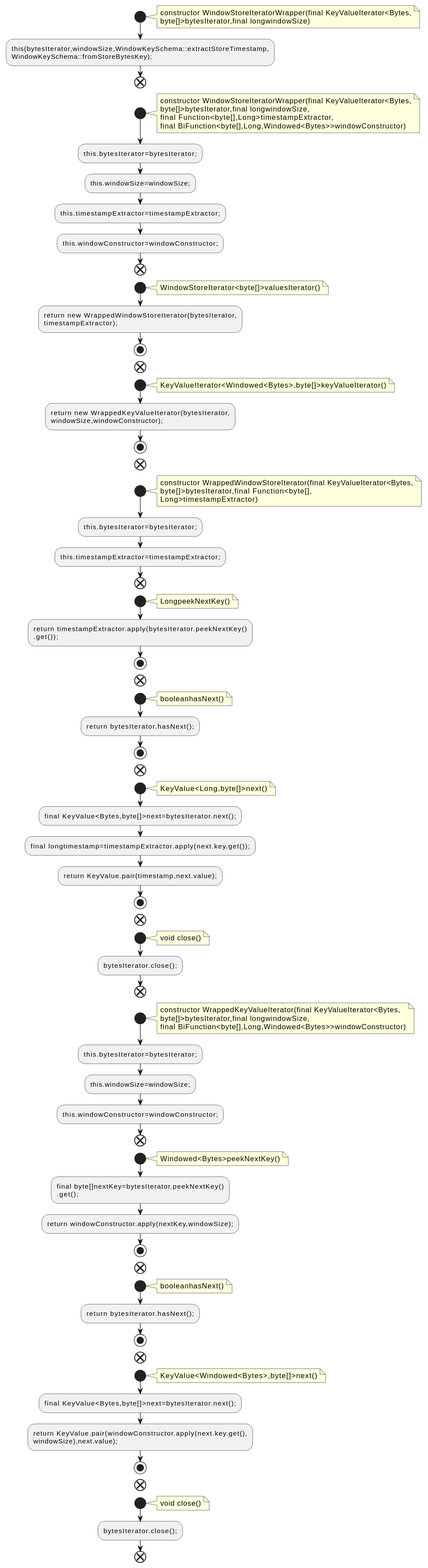
Earlier version of the PlantUML export docs/qc/streams/src/main/java/org/apache/kafka/streams/state/internals/WindowStoreIteratorWrapper.java.fct.svg (qualitesys/kafka).
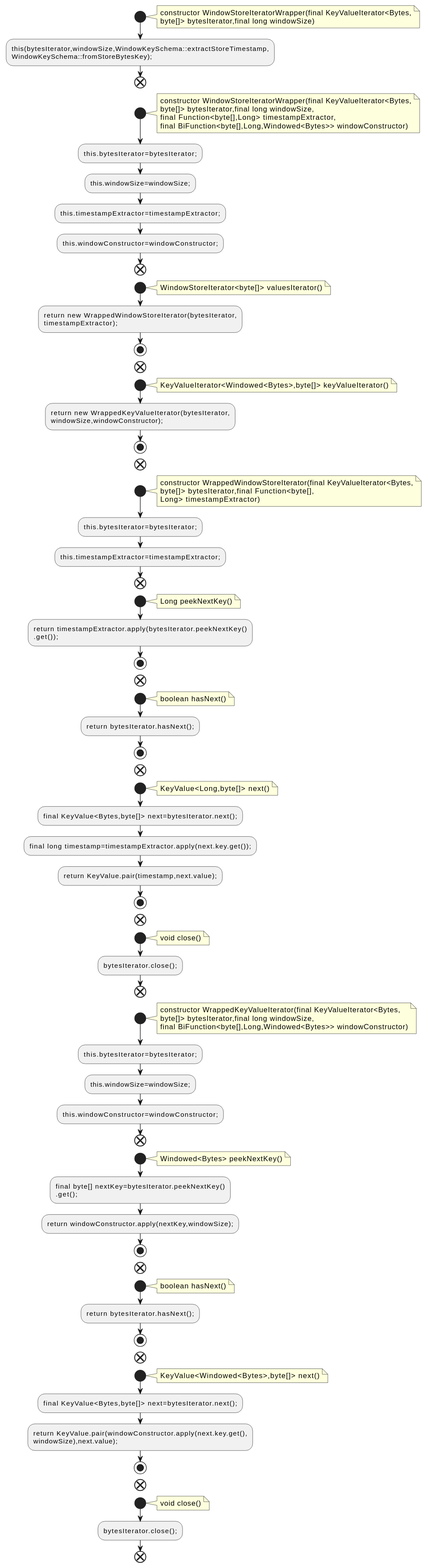
After the change.

What changed in the source:
```diff
@@ -3,7 +3,7 @@
 start
 note right
 constructor WindowStoreIteratorWrapper(final KeyValueIterator<Bytes,
-byte[]>bytesIterator,final longwindowSize)
+byte[]> bytesIterator,final long windowSize)
 end note
 :this(bytesIterator,windowSize,WindowKeySchema::extractStoreTimestamp,
 WindowKeySchema::fromStoreBytesKey);;
@@ -11,9 +11,9 @@
 start
 note right
 constructor WindowStoreIteratorWrapper(final KeyValueIterator<Bytes,
-byte[]>bytesIterator,final longwindowSize,
-final Function<byte[],Long>timestampExtractor,
-final BiFunction<byte[],Long,Windowed<Bytes>>windowConstructor)
+byte[]> bytesIterator,final long windowSize,
+final Function<byte[],Long> timestampExtractor,
+final BiFunction<byte[],Long,Windowed<Bytes>> windowConstructor)
 end note
 :this.bytesIterator=bytesIterator;;
 :this.windowSize=windowSize;;
@@ -22,7 +22,7 @@
 end
 start
 note right
-WindowStoreIterator<byte[]>valuesIterator()
+WindowStoreIterator<byte[]> valuesIterator()
 end note
 :return new WrappedWindowStoreIterator(bytesIterator,
 timestampExtractor);;
@@ -30,7 +30,7 @@
 end
 start
 note right
-KeyValueIterator<Windowed<Bytes>,byte[]>keyValueIterator()
+KeyValueIterator<Windowed<Bytes>,byte[]> keyValueIterator()
 end note
 :return new WrappedKeyValueIterator(bytesIterator,
 windowSize,windowConstructor);;
@@ -39,15 +39,15 @@
 start
 note right
 constructor WrappedWindowStoreIterator(final KeyValueIterator<Bytes,
-byte[]>bytesIterator,final Function<byte[],
-Long>timestampExtractor)
+byte[]> bytesIterator,final Function<byte[],
+Long> timestampExtractor)
 end note
 :this.bytesIterator=bytesIterator;;
 :this.timestampExtractor=timestampExtractor;;
 end
 start
 note right
-LongpeekNextKey()
+Long peekNextKey()
 end note
 :return timestampExtractor.apply(bytesIterator.peekNextKey()
 .get());;
@@ -55,17 +55,17 @@
 end
 start
 note right
-booleanhasNext()
+boolean hasNext()
 end note
 :return bytesIterator.hasNext();;
 stop
 end
 start
 note right
-KeyValue<Long,byte[]>next()
+KeyValue<Long,byte[]> next()
 end note
-:final KeyValue<Bytes,byte[]>next=bytesIterator.next();;
-:final longtimestamp=timestampExtractor.apply(next.key.get());;
+:final KeyValue<Bytes,byte[]> next=bytesIterator.next();;
+:final long timestamp=timestampExtractor.apply(next.key.get());;
 :return KeyValue.pair(timestamp,next.value);;
 stop
 end
@@ -78,8 +78,8 @@
 start
 note right
 constructor WrappedKeyValueIterator(final KeyValueIterator<Bytes,
-byte[]>bytesIterator,final longwindowSize,
-final BiFunction<byte[],Long,Windowed<Bytes>>windowConstructor)
+byte[]> bytesIterator,final long windowSize,
+final BiFunction<byte[],Long,Windowed<Bytes>> windowConstructor)
 end note
 :this.bytesIterator=bytesIterator;;
 :this.windowSize=windowSize;;
@@ -87,25 +87,25 @@
 end
 start
 note right
-Windowed<Bytes>peekNextKey()
+Windowed<Bytes> peekNextKey()
 end note
-:final byte[]nextKey=bytesIterator.peekNextKey()
+:final byte[] nextKey=bytesIterator.peekNextKey()
 .get();;
 :return windowConstructor.apply(nextKey,windowSize);;
 stop
 end
 start
 note right
-booleanhasNext()
+boolean hasNext()
 end note
 :return bytesIterator.hasNext();;
 stop
 end
 start
 note right
-KeyValue<Windowed<Bytes>,byte[]>next()
+KeyValue<Windowed<Bytes>,byte[]> next()
 end note
-:final KeyValue<Bytes,byte[]>next=bytesIterator.next();;
+:final KeyValue<Bytes,byte[]> next=bytesIterator.next();;
 :return KeyValue.pair(windowConstructor.apply(next.key.get(),
 windowSize),next.value);;
 stop
```
